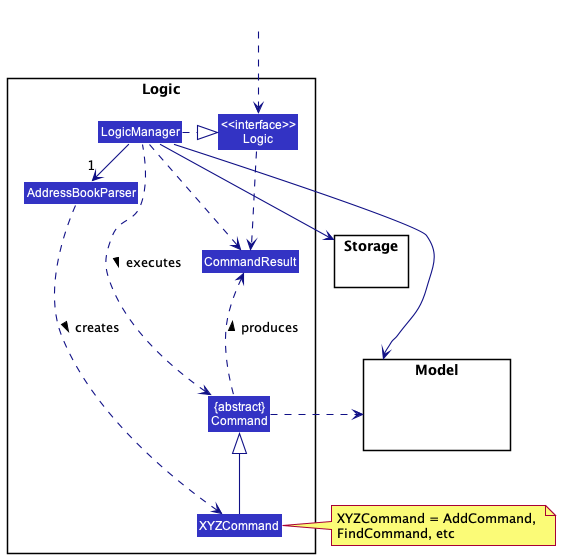
This is docs/images/LogicClassDiagram.png from nus-cs2103-AY2223S2/tp, a PlantUML export, as it was before one commit.
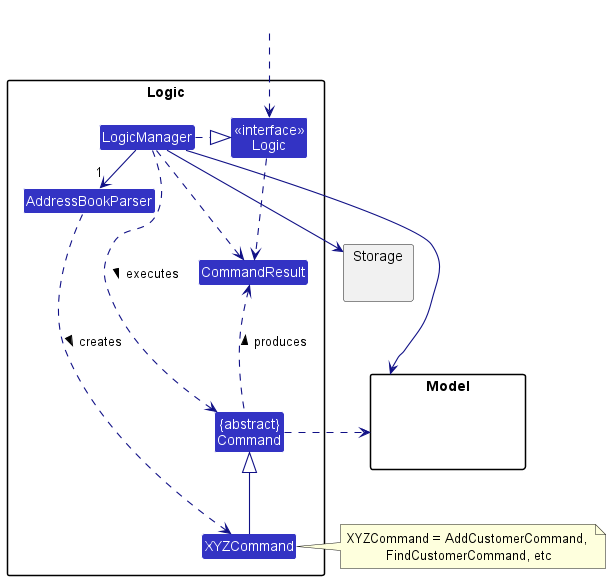
Above is the later version.

Commit message:
chore: Update Logic section and user stories in DG

Diff of the diagram source:
```diff
@@ -12,7 +12,7 @@
 Class "{abstract}\nCommand" as Command
 
 
-Class "<<interface>>\nLogic" as Logic
+Class "<<interface>>\nLogic" as iLogic
 Class LogicManager
 }
 
@@ -24,9 +24,9 @@
 }
 
 Class HiddenOutside #FFFFFF
-HiddenOutside ..> Logic
+HiddenOutside ..> iLogic
 
-LogicManager .right.|> Logic
+LogicManager .right.|> iLogic
 LogicManager -right->"1" AddressBookParser
 AddressBookParser ..> XYZCommand : creates >
 
@@ -38,9 +38,9 @@
 Storage --[hidden] Model
 Command .[hidden]up.> Storage
 Command .right.> Model
-note right of XYZCommand: XYZCommand = AddCommand, \nFindCommand, etc
+note right of XYZCommand: XYZCommand = AddCustomerCommand, \nFindCustomerCommand, etc
 
-Logic ..> CommandResult
+iLogic ..> CommandResult
 LogicManager .down.> CommandResult
 Command .up.> CommandResult : produces >
 @enduml
```
